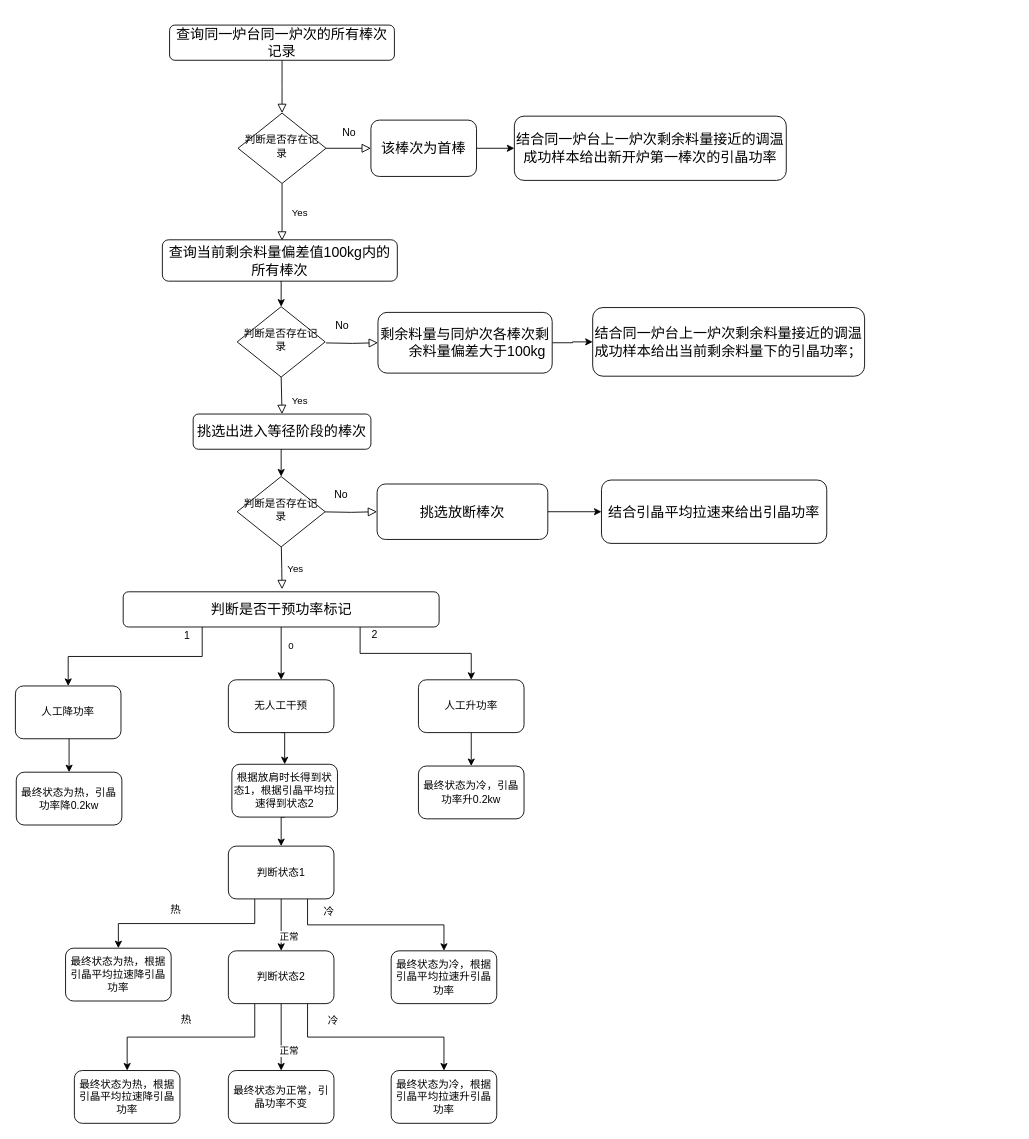
Before: 调温结合上一棒次引晶功率的业务规则流程图.drawio in ykchasingwind/2019iFLYTEK_MachineryLife_Baseline, a draw.io diagram. Source tidied: cells renumbered, new cells numbered last; positions are measured from the earlier drawing's top-left corner, leaving out a move shared by most shapes. Both pictures are drawn from the tidied source at 88%, with x=0, y=0 at pixel (15, 25).
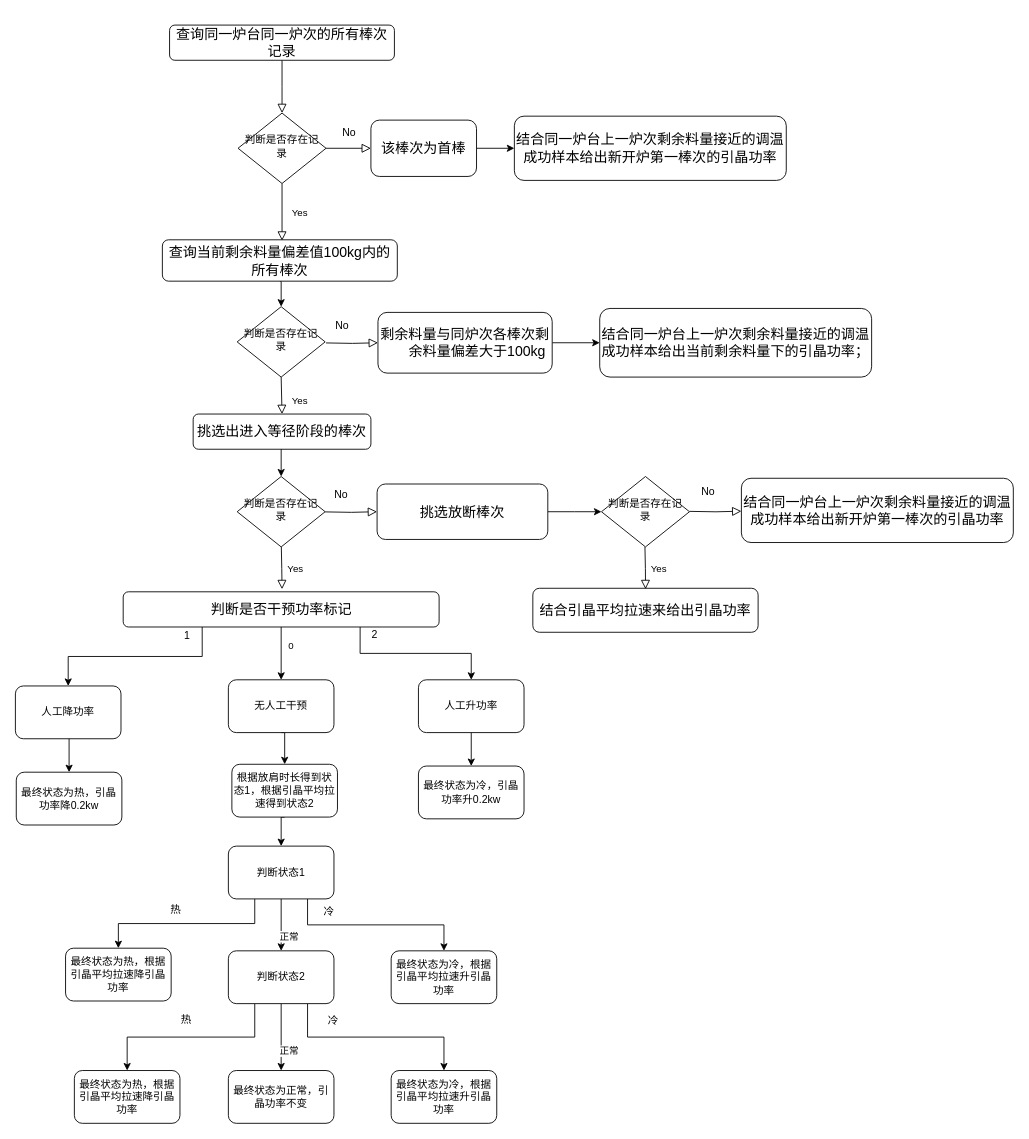
The same diagram, later.

Commit message:
更新调温结合上一棒次引晶功率的业务规则流程图.drawio

The change refers to these unchanged cells:
```xml
<mxCell id="25" value="&lt;span style=&quot;font-family: 宋体; font-size: 16px;&quot;&gt;挑选放断棒次&lt;/span&gt;" style="rounded=1;whiteSpace=wrap;html=1;fontSize=12;glass=0;strokeWidth=1;shadow=0;" parent="1" vertex="1">
  <mxGeometry x="411" y="521.5" width="194" height="63" as="geometry" />
</mxCell>
```

Change to the diagram source:
```diff
@@
     <mxCell id="20" value="&lt;p class=&quot;MsoNormal&quot;&gt;&lt;span style=&quot;font-family: 宋体; font-size: 12pt;&quot;&gt;结合同一炉台上一炉次剩余料量接近的调温成功样本给出当前剩余料量下的引晶功率；&lt;/span&gt;&lt;/p&gt;" style="rounded=1;whiteSpace=wrap;html=1;fontSize=12;glass=0;strokeWidth=1;shadow=0;" parent="1" vertex="1">
-      <mxGeometry x="656" y="321" width="309" height="78" as="geometry" />
+      <mxGeometry x="664" y="322" width="309" height="78" as="geometry" />
     </mxCell>
@@
-    <mxCell id="24" style="edgeStyle=orthogonalEdgeStyle;rounded=0;jettySize=auto;html=1;exitX=1;exitY=0.5;exitDx=0;exitDy=0;" parent="1" edge="1" source="25" target="26">
-      <mxGeometry relative="1" as="geometry" />
+    <mxCell id="24" style="edgeStyle=orthogonalEdgeStyle;rounded=0;jettySize=auto;html=1;exitX=1;exitY=0.5;exitDx=0;exitDy=0;" parent="1" edge="1" source="25">
+      <mxGeometry relative="1" as="geometry">
+        <mxPoint x="666" y="553" as="targetPoint" />
+      </mxGeometry>
     </mxCell>
@@
-    <mxCell id="26" value="&lt;p style=&quot;mso-pagination:widow-orphan;text-align:left;&quot; class=&quot;MsoNormal&quot;&gt;&lt;span style=&quot;font-family: 宋体; font-size: 12pt;&quot;&gt;结合引晶平均拉速来给出&lt;/span&gt;&lt;span style=&quot;font-family: 宋体; font-size: 12pt;&quot;&gt;引晶功率&lt;/span&gt;&lt;span style=&quot;font-family: 宋体; font-size: 12pt;&quot;&gt;&lt;/span&gt;&lt;/p&gt;" style="rounded=1;whiteSpace=wrap;html=1;fontSize=12;glass=0;strokeWidth=1;shadow=0;" parent="1" vertex="1">
-      <mxGeometry x="666" y="517" width="256" height="72" as="geometry" />
-    </mxCell>
@@
+    <mxCell id="26" value="&lt;p style=&quot;mso-pagination:widow-orphan;text-align:left;&quot; class=&quot;MsoNormal&quot;&gt;&lt;span style=&quot;font-family: 宋体; font-size: 12pt;&quot;&gt;结合引晶平均拉速来给出&lt;/span&gt;&lt;span style=&quot;font-family: 宋体; font-size: 12pt;&quot;&gt;引晶功率&lt;/span&gt;&lt;span style=&quot;font-family: 宋体; font-size: 12pt;&quot;&gt;&lt;/span&gt;&lt;/p&gt;" style="rounded=1;whiteSpace=wrap;html=1;fontSize=12;glass=0;strokeWidth=1;shadow=0;" parent="1" vertex="1">
+      <mxGeometry x="588" y="640" width="256" height="50" as="geometry" />
+    </mxCell>
+    <mxCell id="65" value="判断是否存在记录" style="rhombus;whiteSpace=wrap;html=1;shadow=0;fontFamily=Helvetica;fontSize=12;align=center;strokeWidth=1;spacing=6;spacingTop=-4;" parent="1" vertex="1">
+      <mxGeometry x="666" y="513" width="100" height="80" as="geometry" />
+    </mxCell>
+    <mxCell id="66" style="edgeStyle=orthogonalEdgeStyle;rounded=0;html=1;jettySize=auto;orthogonalLoop=1;fontSize=11;endArrow=block;endFill=0;endSize=8;strokeWidth=1;shadow=0;labelBackgroundColor=none;" parent="1" edge="1">
+      <mxGeometry x="-0.46" y="-4" relative="1" as="geometry">
+        <mxPoint x="766" y="552.6" as="sourcePoint" />
+        <mxPoint x="825" y="552.4" as="targetPoint" />
+      </mxGeometry>
+    </mxCell>
+    <mxCell id="67" value="Yes" style="rounded=0;html=1;jettySize=auto;orthogonalLoop=1;fontSize=11;endArrow=block;endFill=0;endSize=8;strokeWidth=1;shadow=0;labelBackgroundColor=none;edgeStyle=orthogonalEdgeStyle;" parent="1" edge="1">
+      <mxGeometry x="0.03" y="15" relative="1" as="geometry">
+        <mxPoint x="715.4" y="593" as="sourcePoint" />
+        <mxPoint x="716.1" y="641" as="targetPoint" />
+        <mxPoint x="-1" as="offset" />
+      </mxGeometry>
+    </mxCell>
+    <mxCell id="68" value="No" style="text;html=1;align=center;verticalAlign=middle;strokeColor=none;fillColor=none;" parent="1" vertex="1">
+      <mxGeometry x="770" y="517" width="33" height="26" as="geometry" />
+    </mxCell>
+    <mxCell id="69" value="&lt;p style=&quot;&quot; class=&quot;MsoNormal&quot;&gt;&lt;span style=&quot;font-family: 宋体; font-size: 12pt;&quot;&gt;结合同一炉台上一炉次剩余料量接近的调温成功样本给出新开炉第一棒次的引晶功率&lt;/span&gt;&lt;span style=&quot;font-family: 宋体; font-size: 12pt;&quot;&gt;&lt;/span&gt;&lt;/p&gt;" style="rounded=1;whiteSpace=wrap;html=1;fontSize=12;glass=0;strokeWidth=1;shadow=0;" parent="1" vertex="1">
+      <mxGeometry x="825" y="515" width="309" height="73" as="geometry" />
+    </mxCell>
```
